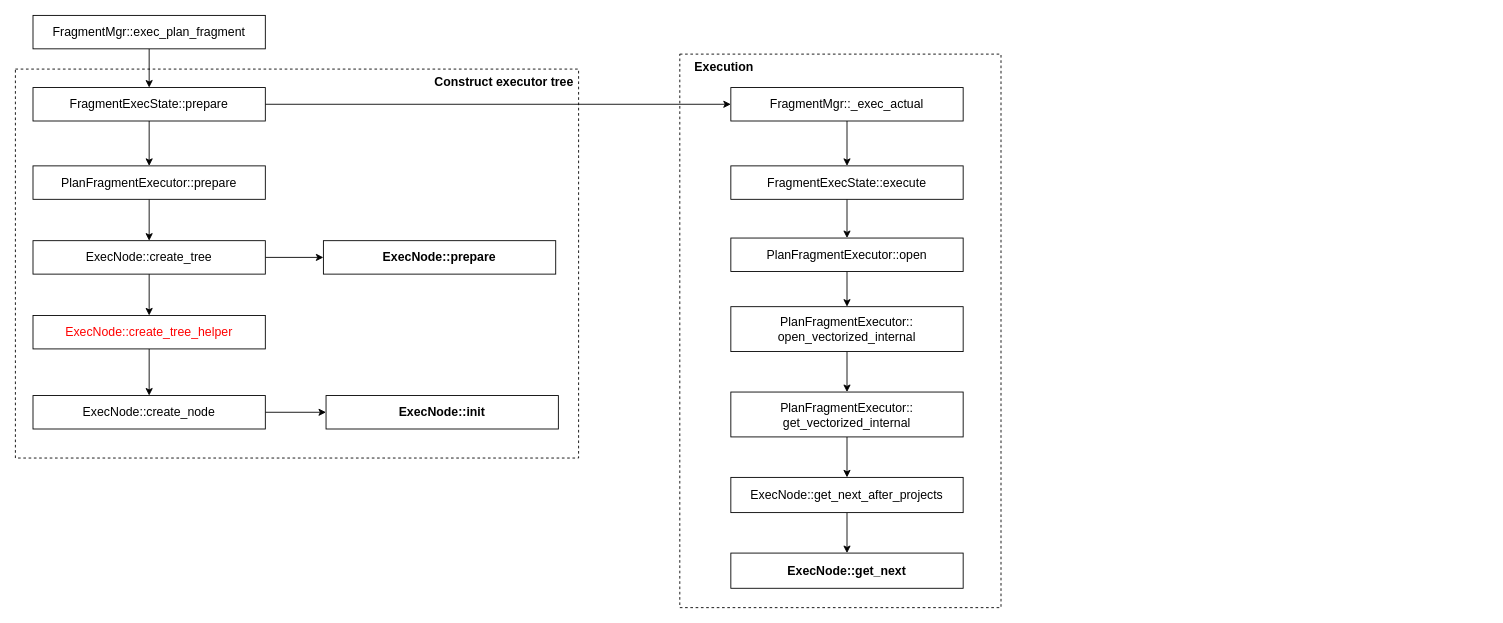
Earlier version of the draw.io diagram doris.drawio (Holworth/DrawIO). Source tidied: cells renumbered, new cells numbered last; positions are measured from the earlier drawing's top-left corner, leaving out a move shared by most shapes. Both pictures are drawn from the tidied source at 88%, with x=0, y=0 at pixel (15, 15).
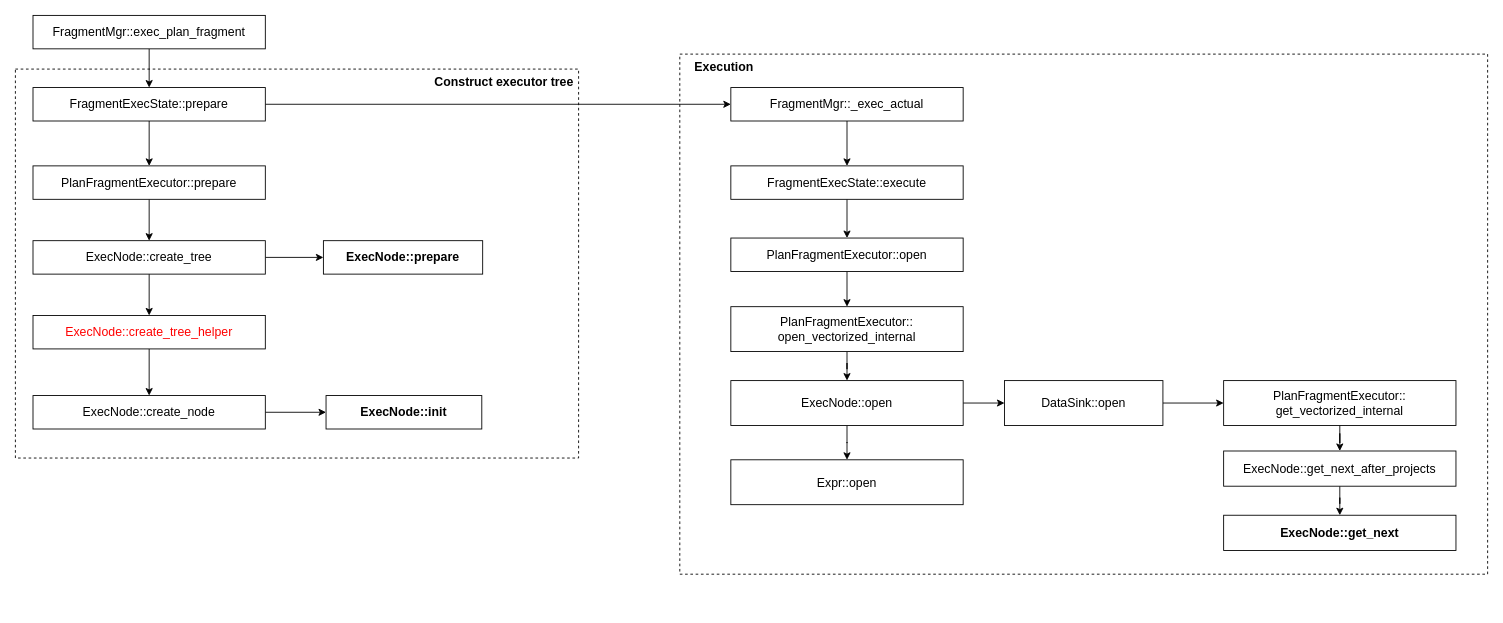
The same page after the edit.

The change refers to these unchanged cells:
```xml
<mxCell id="27" value="&lt;font style=&quot;font-size: 14px;&quot;&gt;PlanFragmentExecutor::&lt;br&gt;open_vectorized_internal&lt;/font&gt;" style="rounded=0;whiteSpace=wrap;html=1;" parent="1" vertex="1">
  <mxGeometry x="813" y="331" width="264" height="51" as="geometry" />
</mxCell>
```

Change to the diagram source:
```diff
@@
     <mxCell id="2" style="rounded=0;whiteSpace=wrap;html=1;fontSize=14;dashed=1;" parent="1" vertex="1">
-      <mxGeometry x="755" y="44" width="365" height="629" as="geometry" />
+      <mxGeometry x="755" y="44" width="918" height="591" as="geometry" />
     </mxCell>
@@
     <mxCell id="18" value="&lt;span style=&quot;font-size: 14px;&quot;&gt;&lt;b&gt;ExecNode::init&lt;/b&gt;&lt;/span&gt;" style="rounded=0;whiteSpace=wrap;html=1;" parent="1" vertex="1">
-      <mxGeometry x="353" y="432" width="264" height="38" as="geometry" />
+      <mxGeometry x="353" y="432" width="177" height="38" as="geometry" />
     </mxCell>
     <mxCell id="19" value="&lt;span style=&quot;font-size: 14px;&quot;&gt;&lt;b&gt;ExecNode::prepare&lt;/b&gt;&lt;/span&gt;" style="rounded=0;whiteSpace=wrap;html=1;" parent="1" vertex="1">
-      <mxGeometry x="350" y="256" width="264" height="38" as="geometry" />
+      <mxGeometry x="350" y="256" width="181" height="38" as="geometry" />
     </mxCell>
@@
-    <mxCell id="26" style="edgeStyle=orthogonalEdgeStyle;rounded=0;jettySize=auto;html=1;entryX=0.5;entryY=0;entryDx=0;entryDy=0;fontSize=14;" parent="1" edge="1" source="27" target="29">
-      <mxGeometry relative="1" as="geometry" />
-    </mxCell>
+    <mxCell id="35" style="edgeStyle=orthogonalEdgeStyle;rounded=0;jettySize=auto;html=1;entryX=0.5;entryY=0;entryDx=0;entryDy=0;" parent="1" edge="1" source="27" target="38">
+      <mxGeometry relative="1" as="geometry" />
+    </mxCell>
@@
     <mxCell id="29" value="&lt;font style=&quot;font-size: 14px;&quot;&gt;PlanFragmentExecutor::&lt;br&gt;get_vectorized_internal&lt;br&gt;&lt;/font&gt;" style="rounded=0;whiteSpace=wrap;html=1;" parent="1" vertex="1">
-      <mxGeometry x="813" y="428" width="264" height="51" as="geometry" />
+      <mxGeometry x="1373" y="415" width="264" height="51" as="geometry" />
     </mxCell>
@@
     <mxCell id="31" value="&lt;font style=&quot;font-size: 14px;&quot;&gt;ExecNode::get_next_after_projects&lt;br&gt;&lt;/font&gt;" style="rounded=0;whiteSpace=wrap;html=1;" parent="1" vertex="1">
-      <mxGeometry x="813" y="525" width="264" height="40" as="geometry" />
+      <mxGeometry x="1373" y="495" width="264" height="40" as="geometry" />
     </mxCell>
     <mxCell id="32" value="&lt;font style=&quot;font-size: 14px;&quot;&gt;&lt;b&gt;ExecNode::get_next&lt;/b&gt;&lt;br&gt;&lt;/font&gt;" style="rounded=0;whiteSpace=wrap;html=1;" parent="1" vertex="1">
-      <mxGeometry x="813" y="611" width="264" height="40" as="geometry" />
+      <mxGeometry x="1373" y="568" width="264" height="40" as="geometry" />
     </mxCell>
@@
+    <mxCell id="36" style="edgeStyle=orthogonalEdgeStyle;rounded=0;jettySize=auto;html=1;entryX=0.5;entryY=0;entryDx=0;entryDy=0;" parent="1" edge="1" source="38" target="39">
+      <mxGeometry relative="1" as="geometry" />
+    </mxCell>
+    <mxCell id="37" style="edgeStyle=orthogonalEdgeStyle;rounded=0;jettySize=auto;html=1;entryX=0;entryY=0.5;entryDx=0;entryDy=0;" parent="1" edge="1" source="38" target="41">
+      <mxGeometry relative="1" as="geometry" />
+    </mxCell>
+    <mxCell id="38" value="&lt;font style=&quot;font-size: 14px;&quot;&gt;ExecNode::open&lt;br&gt;&lt;/font&gt;" style="rounded=0;whiteSpace=wrap;html=1;" parent="1" vertex="1">
+      <mxGeometry x="813" y="415" width="264" height="51" as="geometry" />
+    </mxCell>
+    <mxCell id="39" value="&lt;font style=&quot;font-size: 14px;&quot;&gt;Expr::open&lt;br&gt;&lt;/font&gt;" style="rounded=0;whiteSpace=wrap;html=1;" parent="1" vertex="1">
+      <mxGeometry x="813" y="505" width="264" height="51" as="geometry" />
+    </mxCell>
+    <mxCell id="40" style="edgeStyle=orthogonalEdgeStyle;rounded=0;jettySize=auto;html=1;entryX=0;entryY=0.5;entryDx=0;entryDy=0;" parent="1" edge="1" source="41" target="29">
+      <mxGeometry relative="1" as="geometry" />
+    </mxCell>
+    <mxCell id="41" value="&lt;font style=&quot;font-size: 14px;&quot;&gt;DataSink::open&lt;br&gt;&lt;/font&gt;" style="rounded=0;whiteSpace=wrap;html=1;" parent="1" vertex="1">
+      <mxGeometry x="1124" y="415" width="180" height="51" as="geometry" />
+    </mxCell>
```
